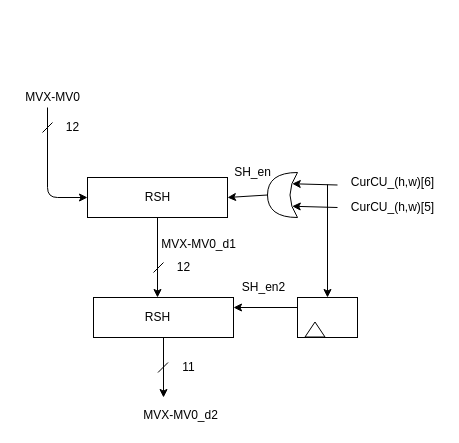
Above: page "R_SH2" (6 of 8) of AME-block_diagram.drawio in CostantinoTaranto/AME_Block-Diagram (draw.io), before the change. Source tidied: cells renumbered, new cells numbered last; positions are measured from the earlier drawing's top-left corner, leaving out a move shared by most shapes. Both pictures are drawn from the tidied source at 100%, with x=0, y=0 at pixel (17, 87).
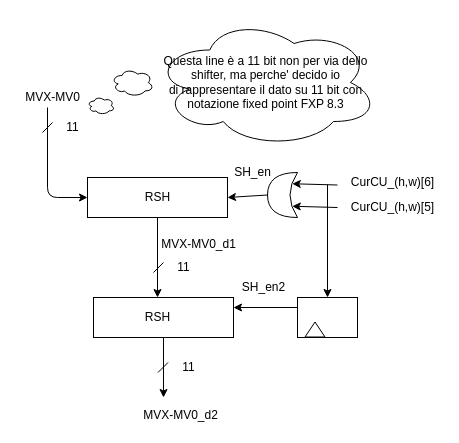
After the change.

Diff of the diagram source:
```diff
@@
-    <mxCell id="20" value="12" style="text;html=1;align=center;verticalAlign=middle;" parent="1" vertex="1">
+    <mxCell id="20" value="11" style="text;html=1;align=center;verticalAlign=middle;" parent="1" vertex="1">
       <mxGeometry x="40" y="30" width="30" height="20" as="geometry" />
     </mxCell>
@@
-    <mxCell id="27" value="12" style="text;html=1;align=center;verticalAlign=middle;" parent="1" vertex="1">
+    <mxCell id="27" value="11" style="text;html=1;align=center;verticalAlign=middle;" parent="1" vertex="1">
       <mxGeometry x="151" y="170" width="30" height="20" as="geometry" />
     </mxCell>
@@
+    <mxCell id="30" value="Questa line è a 11 bit non per via dello shifter, ma perche' decido io&lt;br&gt;di rappresentare il dato su 11 bit con notazione fixed point FXP 8.3" style="ellipse;shape=cloud;whiteSpace=wrap;html=1;" parent="1" vertex="1">
+      <mxGeometry x="136" y="-70" width="225" height="130" as="geometry" />
+    </mxCell>
+    <mxCell id="31" style="ellipse;shape=cloud;whiteSpace=wrap;html=1;" parent="1" vertex="1">
+      <mxGeometry x="94" y="-19" width="42" height="28" as="geometry" />
+    </mxCell>
+    <mxCell id="32" style="ellipse;shape=cloud;whiteSpace=wrap;html=1;" parent="1" vertex="1">
+      <mxGeometry x="70" y="9" width="27" height="18" as="geometry" />
+    </mxCell>
```
